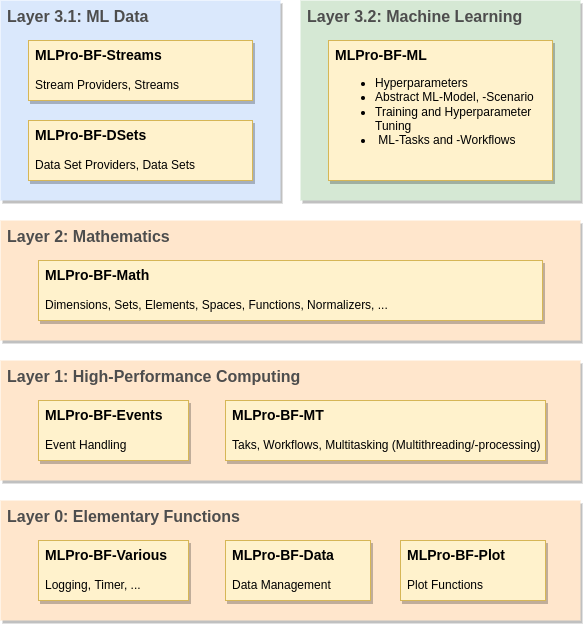
Before: doc/rtd/content/bf/images/MLPro-BF_Overview.drawio.png, a diagram exported from draw.io (fhswf/MLPro). Source tidied: cells renumbered, new cells last; positions are measured from the earlier drawing's top-left corner, leaving out a move shared by most shapes. Its diagram source:
```xml
<mxGraphModel>
  <root>
    <mxCell id="0" />
    <mxCell id="1" parent="0" />
    <mxCell id="2" value="Layer 0: Elementary Functions" style="rounded=0;whiteSpace=wrap;html=1;shadow=1;glass=0;fontSize=16;align=left;labelPosition=center;verticalLabelPosition=middle;verticalAlign=top;spacingLeft=5;fontStyle=1;strokeColor=none;fillColor=#ffe6cc;fontColor=#4D4D4D;" parent="1" vertex="1">
      <mxGeometry y="500" width="580" height="120" as="geometry" />
    </mxCell>
    <mxCell id="3" value="Layer 3.2: Machine Learning" style="rounded=0;whiteSpace=wrap;html=1;shadow=1;glass=0;fontSize=16;dashed=1;align=left;labelPosition=center;verticalLabelPosition=middle;verticalAlign=top;spacingLeft=5;spacingRight=5;fontStyle=1;fillColor=#d5e8d4;strokeColor=none;fontColor=#4D4D4D;" parent="1" vertex="1">
      <mxGeometry x="300" width="280" height="200" as="geometry" />
    </mxCell>
    <mxCell id="4" value="Layer 3.1: ML Data" style="rounded=0;whiteSpace=wrap;html=1;shadow=1;glass=0;fontSize=16;dashed=1;align=left;labelPosition=center;verticalLabelPosition=middle;verticalAlign=top;spacingLeft=5;spacingRight=5;fontStyle=1;fillColor=#dae8fc;strokeColor=none;fontColor=#4D4D4D;" parent="1" vertex="1">
      <mxGeometry width="280" height="200" as="geometry" />
    </mxCell>
    <mxCell id="5" value="Layer 2: Mathematics" style="rounded=0;whiteSpace=wrap;html=1;shadow=1;glass=0;fontSize=16;dashed=1;align=left;labelPosition=center;verticalLabelPosition=middle;verticalAlign=top;spacingLeft=5;fontStyle=1;fillColor=#ffe6cc;strokeColor=none;fontColor=#4D4D4D;" parent="1" vertex="1">
      <mxGeometry y="220" width="580" height="120" as="geometry" />
    </mxCell>
    <mxCell id="6" value="Layer 1: High-Performance Computing" style="rounded=0;whiteSpace=wrap;html=1;shadow=1;glass=0;fontSize=16;dashed=1;align=left;labelPosition=center;verticalLabelPosition=middle;verticalAlign=top;spacingLeft=5;fontStyle=1;fillColor=#ffe6cc;strokeColor=none;fontColor=#4D4D4D;" parent="1" vertex="1">
      <mxGeometry y="360" width="580" height="120" as="geometry" />
    </mxCell>
    <mxCell id="7" value="&lt;font style=&quot;font-size: 14px;&quot;&gt;MLPro-BF-Various&lt;/font&gt;&lt;br&gt;&lt;span style=&quot;font-weight: normal;&quot;&gt;&lt;br&gt;Logging, Timer, ...&lt;/span&gt;" style="rounded=0;whiteSpace=wrap;html=1;fillColor=#fff2cc;strokeColor=#d6b656;glass=0;shadow=1;align=left;verticalAlign=top;fontStyle=1;spacingLeft=5;" parent="1" vertex="1">
      <mxGeometry x="38" y="540" width="150" height="60" as="geometry" />
    </mxCell>
    <mxCell id="8" value="&lt;font style=&quot;font-size: 14px;&quot;&gt;MLPro-BF-Math&lt;br&gt;&lt;/font&gt;&lt;span style=&quot;font-weight: normal;&quot;&gt;&lt;br&gt;Dimensions, Sets, Elements, Spaces, Functions, Normalizers, ...&lt;/span&gt;" style="rounded=0;whiteSpace=wrap;html=1;fillColor=#fff2cc;strokeColor=#d6b656;glass=0;shadow=1;align=left;verticalAlign=top;fontStyle=1;spacingLeft=5;" parent="1" vertex="1">
      <mxGeometry x="38" y="260" width="504" height="60" as="geometry" />
    </mxCell>
    <mxCell id="9" value="&lt;font style=&quot;font-size: 14px;&quot;&gt;MLPro-BF-Events&lt;/font&gt;&lt;br&gt;&lt;br&gt;&lt;span style=&quot;font-weight: normal;&quot;&gt;Event Handling&lt;/span&gt;" style="rounded=0;whiteSpace=wrap;html=1;fillColor=#fff2cc;strokeColor=#d6b656;glass=0;shadow=1;align=left;verticalAlign=top;fontStyle=1;spacingLeft=5;" parent="1" vertex="1">
      <mxGeometry x="38" y="400" width="150" height="60" as="geometry" />
    </mxCell>
    <mxCell id="10" value="&lt;font style=&quot;font-size: 14px;&quot;&gt;MLPro-BF-MT &lt;/font&gt;&lt;br&gt;&lt;br&gt;&lt;span style=&quot;font-weight: normal;&quot;&gt;Taks, Workflows, Multitasking (Multithreading/-processing)&lt;/span&gt;" style="rounded=0;whiteSpace=wrap;html=1;fillColor=#fff2cc;strokeColor=#d6b656;glass=0;shadow=1;align=left;verticalAlign=top;fontStyle=1;spacingLeft=5;" parent="1" vertex="1">
      <mxGeometry x="225" y="400" width="320" height="60" as="geometry" />
    </mxCell>
    <mxCell id="11" value="&lt;font style=&quot;font-size: 14px;&quot;&gt;MLPro-BF-Streams&lt;/font&gt;&lt;br&gt;&lt;br&gt;&lt;span style=&quot;font-weight: normal;&quot;&gt;Stream Providers, Streams&lt;/span&gt;" style="rounded=0;whiteSpace=wrap;html=1;fillColor=#fff2cc;strokeColor=#d6b656;glass=0;shadow=1;align=left;verticalAlign=top;fontStyle=1;spacingLeft=5;" parent="1" vertex="1">
      <mxGeometry x="28" y="40" width="224" height="60" as="geometry" />
    </mxCell>
    <mxCell id="12" value="&lt;font style=&quot;font-size: 14px;&quot;&gt;MLPro-BF-Data&lt;/font&gt;&lt;br&gt;&lt;span style=&quot;font-weight: normal;&quot;&gt;&lt;br&gt;Data Management&lt;/span&gt;" style="rounded=0;whiteSpace=wrap;html=1;fillColor=#fff2cc;strokeColor=#d6b656;glass=0;shadow=1;align=left;verticalAlign=top;fontStyle=1;spacingLeft=5;" parent="1" vertex="1">
      <mxGeometry x="225" y="540" width="145" height="60" as="geometry" />
    </mxCell>
    <mxCell id="13" value="&lt;font style=&quot;font-size: 14px;&quot;&gt;MLPro-BF-ML&lt;/font&gt;&lt;span style=&quot;background-color: initial; font-weight: normal;&quot;&gt;&lt;br&gt;&lt;ul&gt;&lt;li&gt;&lt;span style=&quot;background-color: initial; font-weight: normal;&quot;&gt;Hyperparameters&lt;/span&gt;&lt;/li&gt;&lt;li&gt;&lt;span style=&quot;background-color: initial; font-weight: normal;&quot;&gt;Abstract ML-Model, -Scenario&lt;/span&gt;&lt;/li&gt;&lt;li&gt;&lt;span style=&quot;background-color: initial; font-weight: normal;&quot;&gt;Training and Hyperparameter Tuning&lt;/span&gt;&lt;/li&gt;&lt;li&gt;&lt;span style=&quot;background-color: initial; font-weight: normal;&quot;&gt;&amp;nbsp;ML-Tasks and -Workflows&lt;/span&gt;&lt;/li&gt;&lt;/ul&gt;&lt;/span&gt;&lt;blockquote style=&quot;margin: 0 0 0 40px; border: none; padding: 0px;&quot;&gt;&lt;/blockquote&gt;&lt;blockquote style=&quot;margin: 0 0 0 40px; border: none; padding: 0px;&quot;&gt;&lt;/blockquote&gt;" style="rounded=0;whiteSpace=wrap;html=1;fillColor=#fff2cc;strokeColor=#d6b656;glass=0;shadow=1;align=left;verticalAlign=top;fontStyle=1;spacingLeft=5;" parent="1" vertex="1">
      <mxGeometry x="328" y="40" width="224" height="140" as="geometry" />
    </mxCell>
    <mxCell id="14" value="&lt;font style=&quot;font-size: 14px;&quot;&gt;MLPro-BF-Plot&lt;/font&gt;&lt;br&gt;&lt;span style=&quot;font-weight: normal;&quot;&gt;&lt;br&gt;Plot Functions&lt;/span&gt;" style="rounded=0;whiteSpace=wrap;html=1;fillColor=#fff2cc;strokeColor=#d6b656;glass=0;shadow=1;align=left;verticalAlign=top;fontStyle=1;spacingLeft=5;" parent="1" vertex="1">
      <mxGeometry x="400" y="540" width="145" height="60" as="geometry" />
    </mxCell>
    <mxCell id="15" value="&lt;font style=&quot;font-size: 14px;&quot;&gt;MLPro-BF-DSets&lt;/font&gt;&lt;br&gt;&lt;br&gt;&lt;span style=&quot;font-weight: normal;&quot;&gt;Data Set Providers, Data Sets&lt;/span&gt;" style="rounded=0;whiteSpace=wrap;html=1;fillColor=#fff2cc;strokeColor=#d6b656;glass=0;shadow=1;align=left;verticalAlign=top;fontStyle=1;spacingLeft=5;" parent="1" vertex="1">
      <mxGeometry x="28" y="120" width="224" height="60" as="geometry" />
    </mxCell>
  </root>
</mxGraphModel>
```
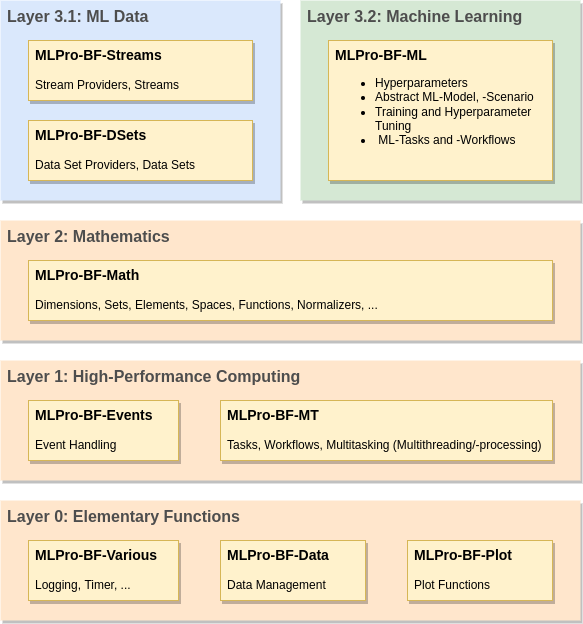
After the change.

Commit message:
corrections in bf overview image

The edit, as a diff of the source:
```diff
@@ -18,28 +18,28 @@
       <mxGeometry y="360" width="580" height="120" as="geometry" />
     </mxCell>
     <mxCell id="7" value="&lt;font style=&quot;font-size: 14px;&quot;&gt;MLPro-BF-Various&lt;/font&gt;&lt;br&gt;&lt;span style=&quot;font-weight: normal;&quot;&gt;&lt;br&gt;Logging, Timer, ...&lt;/span&gt;" style="rounded=0;whiteSpace=wrap;html=1;fillColor=#fff2cc;strokeColor=#d6b656;glass=0;shadow=1;align=left;verticalAlign=top;fontStyle=1;spacingLeft=5;" parent="1" vertex="1">
-      <mxGeometry x="38" y="540" width="150" height="60" as="geometry" />
+      <mxGeometry x="28" y="540" width="150" height="60" as="geometry" />
     </mxCell>
     <mxCell id="8" value="&lt;font style=&quot;font-size: 14px;&quot;&gt;MLPro-BF-Math&lt;br&gt;&lt;/font&gt;&lt;span style=&quot;font-weight: normal;&quot;&gt;&lt;br&gt;Dimensions, Sets, Elements, Spaces, Functions, Normalizers, ...&lt;/span&gt;" style="rounded=0;whiteSpace=wrap;html=1;fillColor=#fff2cc;strokeColor=#d6b656;glass=0;shadow=1;align=left;verticalAlign=top;fontStyle=1;spacingLeft=5;" parent="1" vertex="1">
-      <mxGeometry x="38" y="260" width="504" height="60" as="geometry" />
+      <mxGeometry x="28" y="260" width="524" height="60" as="geometry" />
     </mxCell>
     <mxCell id="9" value="&lt;font style=&quot;font-size: 14px;&quot;&gt;MLPro-BF-Events&lt;/font&gt;&lt;br&gt;&lt;br&gt;&lt;span style=&quot;font-weight: normal;&quot;&gt;Event Handling&lt;/span&gt;" style="rounded=0;whiteSpace=wrap;html=1;fillColor=#fff2cc;strokeColor=#d6b656;glass=0;shadow=1;align=left;verticalAlign=top;fontStyle=1;spacingLeft=5;" parent="1" vertex="1">
-      <mxGeometry x="38" y="400" width="150" height="60" as="geometry" />
+      <mxGeometry x="28" y="400" width="150" height="60" as="geometry" />
     </mxCell>
-    <mxCell id="10" value="&lt;font style=&quot;font-size: 14px;&quot;&gt;MLPro-BF-MT &lt;/font&gt;&lt;br&gt;&lt;br&gt;&lt;span style=&quot;font-weight: normal;&quot;&gt;Taks, Workflows, Multitasking (Multithreading/-processing)&lt;/span&gt;" style="rounded=0;whiteSpace=wrap;html=1;fillColor=#fff2cc;strokeColor=#d6b656;glass=0;shadow=1;align=left;verticalAlign=top;fontStyle=1;spacingLeft=5;" parent="1" vertex="1">
-      <mxGeometry x="225" y="400" width="320" height="60" as="geometry" />
+    <mxCell id="10" value="&lt;font style=&quot;font-size: 14px;&quot;&gt;MLPro-BF-MT &lt;/font&gt;&lt;br&gt;&lt;br&gt;&lt;span style=&quot;font-weight: normal;&quot;&gt;Tasks, Workflows, Multitasking (Multithreading/-processing)&lt;/span&gt;" style="rounded=0;whiteSpace=wrap;html=1;fillColor=#fff2cc;strokeColor=#d6b656;glass=0;shadow=1;align=left;verticalAlign=top;fontStyle=1;spacingLeft=5;" parent="1" vertex="1">
+      <mxGeometry x="220" y="400" width="332" height="60" as="geometry" />
     </mxCell>
     <mxCell id="11" value="&lt;font style=&quot;font-size: 14px;&quot;&gt;MLPro-BF-Streams&lt;/font&gt;&lt;br&gt;&lt;br&gt;&lt;span style=&quot;font-weight: normal;&quot;&gt;Stream Providers, Streams&lt;/span&gt;" style="rounded=0;whiteSpace=wrap;html=1;fillColor=#fff2cc;strokeColor=#d6b656;glass=0;shadow=1;align=left;verticalAlign=top;fontStyle=1;spacingLeft=5;" parent="1" vertex="1">
       <mxGeometry x="28" y="40" width="224" height="60" as="geometry" />
     </mxCell>
     <mxCell id="12" value="&lt;font style=&quot;font-size: 14px;&quot;&gt;MLPro-BF-Data&lt;/font&gt;&lt;br&gt;&lt;span style=&quot;font-weight: normal;&quot;&gt;&lt;br&gt;Data Management&lt;/span&gt;" style="rounded=0;whiteSpace=wrap;html=1;fillColor=#fff2cc;strokeColor=#d6b656;glass=0;shadow=1;align=left;verticalAlign=top;fontStyle=1;spacingLeft=5;" parent="1" vertex="1">
-      <mxGeometry x="225" y="540" width="145" height="60" as="geometry" />
+      <mxGeometry x="220" y="540" width="145" height="60" as="geometry" />
     </mxCell>
     <mxCell id="13" value="&lt;font style=&quot;font-size: 14px;&quot;&gt;MLPro-BF-ML&lt;/font&gt;&lt;span style=&quot;background-color: initial; font-weight: normal;&quot;&gt;&lt;br&gt;&lt;ul&gt;&lt;li&gt;&lt;span style=&quot;background-color: initial; font-weight: normal;&quot;&gt;Hyperparameters&lt;/span&gt;&lt;/li&gt;&lt;li&gt;&lt;span style=&quot;background-color: initial; font-weight: normal;&quot;&gt;Abstract ML-Model, -Scenario&lt;/span&gt;&lt;/li&gt;&lt;li&gt;&lt;span style=&quot;background-color: initial; font-weight: normal;&quot;&gt;Training and Hyperparameter Tuning&lt;/span&gt;&lt;/li&gt;&lt;li&gt;&lt;span style=&quot;background-color: initial; font-weight: normal;&quot;&gt;&amp;nbsp;ML-Tasks and -Workflows&lt;/span&gt;&lt;/li&gt;&lt;/ul&gt;&lt;/span&gt;&lt;blockquote style=&quot;margin: 0 0 0 40px; border: none; padding: 0px;&quot;&gt;&lt;/blockquote&gt;&lt;blockquote style=&quot;margin: 0 0 0 40px; border: none; padding: 0px;&quot;&gt;&lt;/blockquote&gt;" style="rounded=0;whiteSpace=wrap;html=1;fillColor=#fff2cc;strokeColor=#d6b656;glass=0;shadow=1;align=left;verticalAlign=top;fontStyle=1;spacingLeft=5;" parent="1" vertex="1">
       <mxGeometry x="328" y="40" width="224" height="140" as="geometry" />
     </mxCell>
     <mxCell id="14" value="&lt;font style=&quot;font-size: 14px;&quot;&gt;MLPro-BF-Plot&lt;/font&gt;&lt;br&gt;&lt;span style=&quot;font-weight: normal;&quot;&gt;&lt;br&gt;Plot Functions&lt;/span&gt;" style="rounded=0;whiteSpace=wrap;html=1;fillColor=#fff2cc;strokeColor=#d6b656;glass=0;shadow=1;align=left;verticalAlign=top;fontStyle=1;spacingLeft=5;" parent="1" vertex="1">
-      <mxGeometry x="400" y="540" width="145" height="60" as="geometry" />
+      <mxGeometry x="407" y="540" width="145" height="60" as="geometry" />
     </mxCell>
     <mxCell id="15" value="&lt;font style=&quot;font-size: 14px;&quot;&gt;MLPro-BF-DSets&lt;/font&gt;&lt;br&gt;&lt;br&gt;&lt;span style=&quot;font-weight: normal;&quot;&gt;Data Set Providers, Data Sets&lt;/span&gt;" style="rounded=0;whiteSpace=wrap;html=1;fillColor=#fff2cc;strokeColor=#d6b656;glass=0;shadow=1;align=left;verticalAlign=top;fontStyle=1;spacingLeft=5;" parent="1" vertex="1">
       <mxGeometry x="28" y="120" width="224" height="60" as="geometry" />
```
